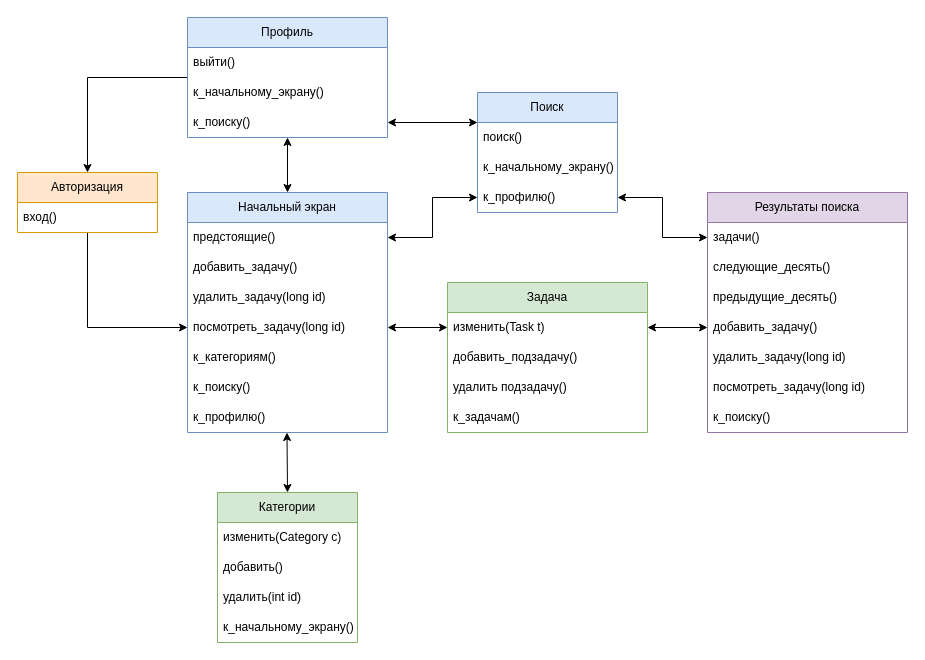
This is InterfaceDiagram.drawio from BaronVice/schemas, a draw.io file, before an edit. Source tidied: cells renumbered, new cells numbered last; positions are measured from the earlier drawing's top-left corner, leaving out a move shared by most shapes. Both pictures are drawn from the tidied source at 100%, with x=0, y=0 at pixel (17, 17).
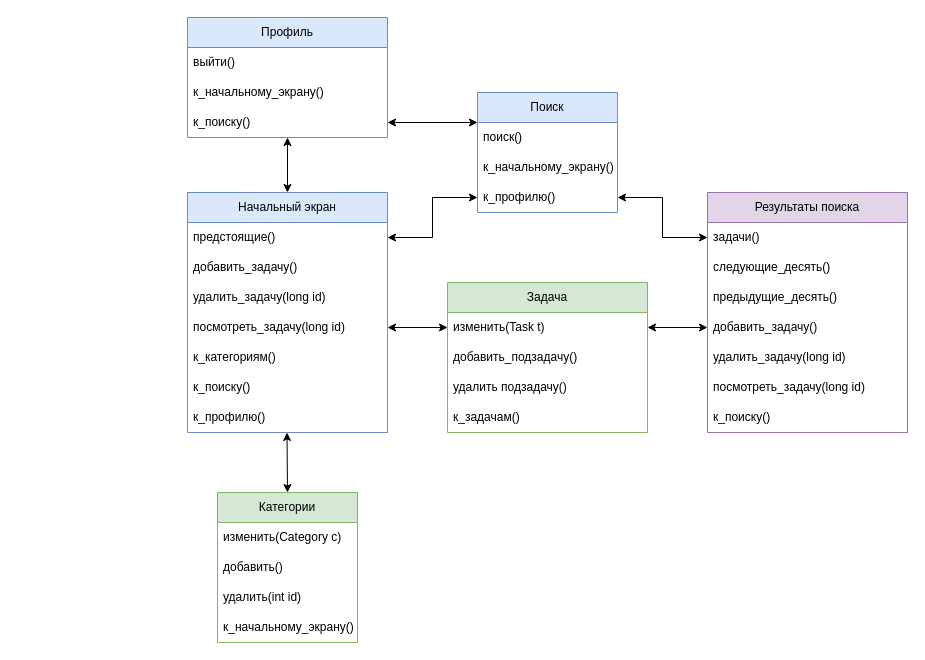
The same page after the edit.

Unchanged cells that the change refers to:
```xml
<mxCell id="9" value="посмотреть_задачу(long id)" style="text;strokeColor=none;fillColor=none;align=left;verticalAlign=middle;spacingLeft=4;spacingRight=4;overflow=hidden;points=[[0,0.5],[1,0.5]];portConstraint=eastwest;whiteSpace=wrap;html=1;" parent="5" vertex="1">
  <mxGeometry y="120" width="200" height="30" as="geometry" />
</mxCell>
<mxCell id="27" value="Профиль" style="swimlane;fontStyle=0;horizontal=1;startSize=30;whiteSpace=wrap;html=1;fillColor=#dae8fc;strokeColor=#6c8ebf;" parent="1" vertex="1">
  <mxGeometry x="170" width="200" height="120" as="geometry" />
</mxCell>
```

Diff of the diagram source:
```diff
@@
-    <mxCell id="2" style="edgeStyle=orthogonalEdgeStyle;rounded=0;jettySize=auto;html=1;exitX=0.5;exitY=1;exitDx=0;exitDy=0;entryX=0;entryY=0.5;entryDx=0;entryDy=0;" parent="1" edge="1" source="3" target="9">
-      <mxGeometry relative="1" as="geometry" />
-    </mxCell>
-    <mxCell id="3" value="Авторизация" style="swimlane;fontStyle=0;horizontal=1;startSize=30;whiteSpace=wrap;html=1;fillColor=#ffe6cc;strokeColor=#d79b00;" parent="1" vertex="1">
-      <mxGeometry y="155" width="140" height="60" as="geometry" />
-    </mxCell>
-    <mxCell id="4" value="вход()" style="text;strokeColor=none;fillColor=none;align=left;verticalAlign=middle;spacingLeft=4;spacingRight=4;overflow=hidden;whiteSpace=wrap;html=1;" parent="3" vertex="1">
-      <mxGeometry y="30" width="140" height="30" as="geometry" />
-    </mxCell>
@@
-    <mxCell id="26" style="edgeStyle=orthogonalEdgeStyle;rounded=0;jettySize=auto;html=1;exitX=0;exitY=0.5;exitDx=0;exitDy=0;entryX=0.5;entryY=0;entryDx=0;entryDy=0;" parent="1" edge="1" source="27" target="3">
-      <mxGeometry relative="1" as="geometry" />
-    </mxCell>
```
